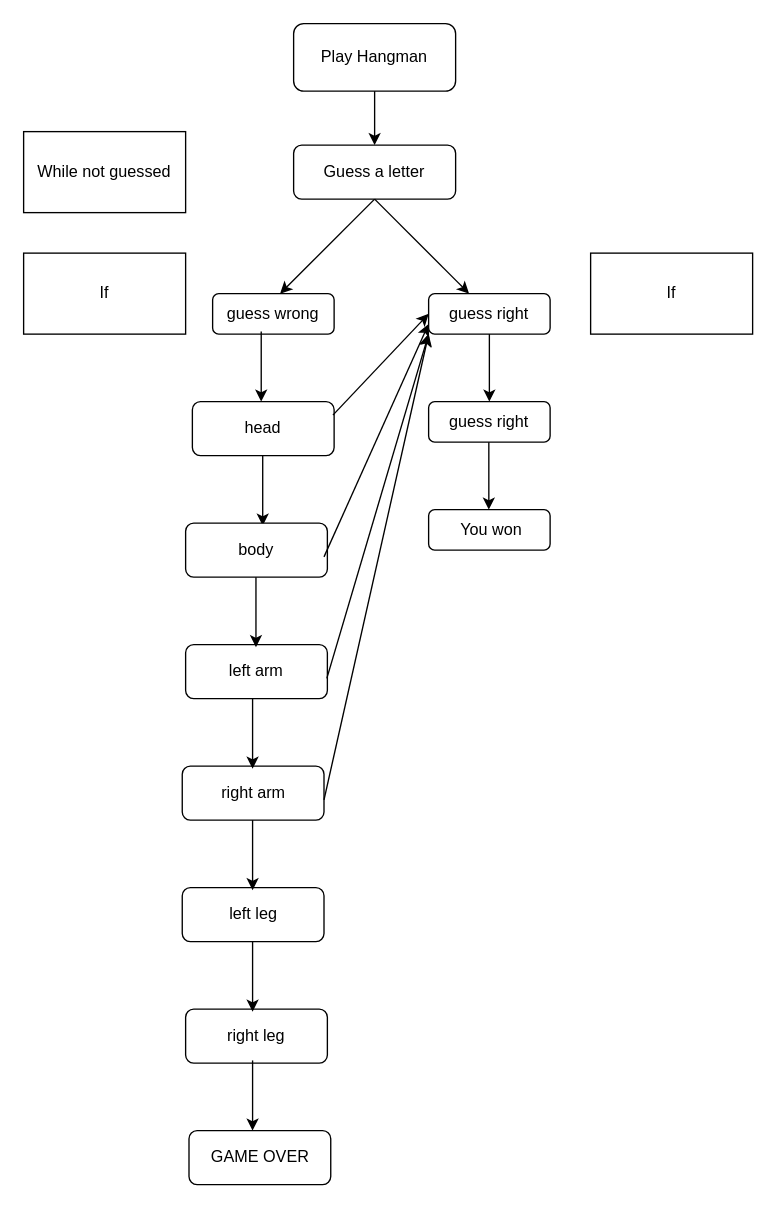
This is Hangman Logic.drawio from fcmdhyd/flowchart, a draw.io file, before an edit. Source tidied: cells renumbered, new cells numbered last; positions are measured from the earlier drawing's top-left corner, leaving out a move shared by most shapes. Both pictures are drawn from the tidied source at 135%, with x=0, y=0 at pixel (23, 23).
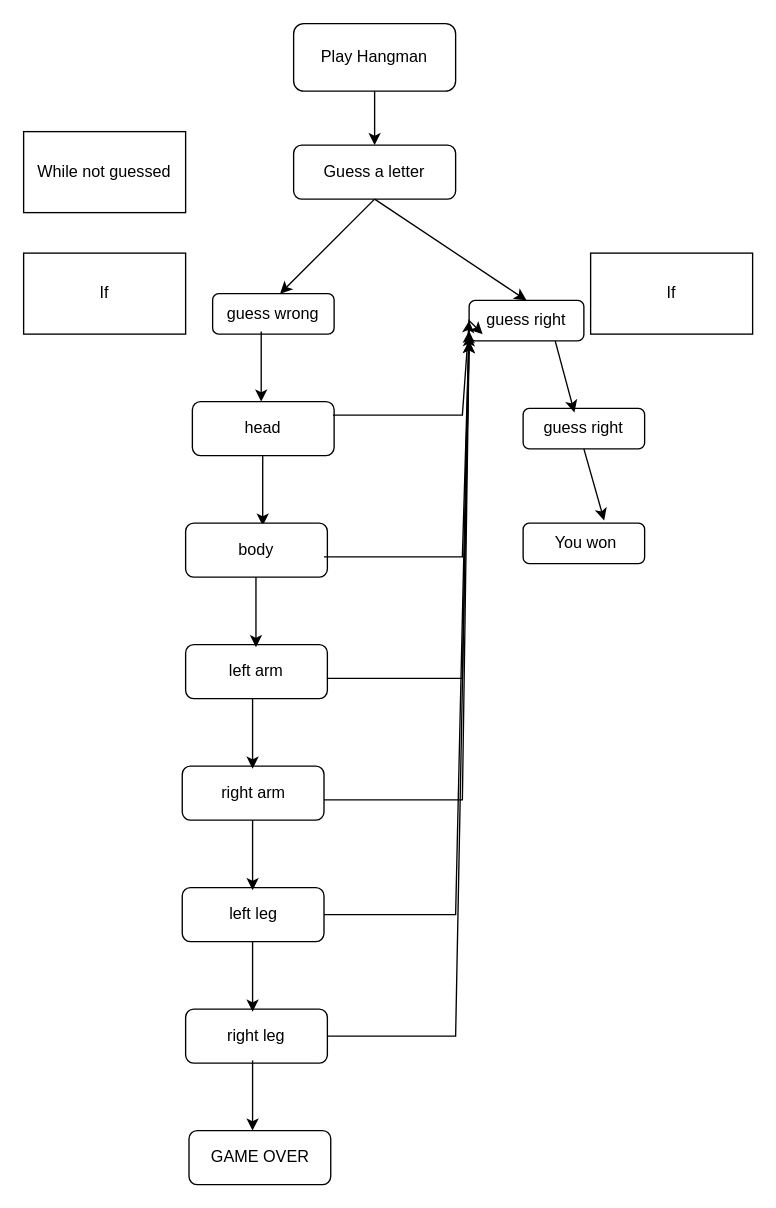
The same diagram, later.

Unchanged cells that the change refers to:
```xml
<mxCell id="4" value="Guess a letter" style="rounded=1;whiteSpace=wrap;html=1;" parent="1" vertex="1">
  <mxGeometry x="200" y="90" width="120" height="40" as="geometry" />
</mxCell>
<mxCell id="19" value="left leg" style="rounded=1;whiteSpace=wrap;html=1;" parent="1" vertex="1">
  <mxGeometry x="117.5" y="640" width="105" height="40" as="geometry" />
</mxCell>
<mxCell id="20" value="right leg" style="rounded=1;whiteSpace=wrap;html=1;" parent="1" vertex="1">
  <mxGeometry x="120" y="730" width="105" height="40" as="geometry" />
</mxCell>
```

Change to the diagram source:
```diff
@@
-    <mxCell id="6" style="endArrow=classic;html=1;rounded=0;exitX=0.5;exitY=1;exitDx=0;exitDy=0;" parent="1" edge="1" source="4">
-      <mxGeometry relative="1" as="geometry">
-        <mxPoint x="330" y="200" as="targetPoint" />
-        <Array as="points">
-          <mxPoint x="320" y="190" />
-        </Array>
-      </mxGeometry>
+    <mxCell id="6" style="endArrow=classic;html=1;rounded=0;exitX=0.5;exitY=1;exitDx=0;exitDy=0;entryX=0.5;entryY=0;entryDx=0;entryDy=0;" parent="1" edge="1" source="4" target="8">
+      <mxGeometry relative="1" as="geometry" />
     </mxCell>
@@
+    <mxCell id="34" style="edgeStyle=orthogonalEdgeStyle;rounded=0;jettySize=auto;html=1;" parent="1" edge="1" source="8">
+      <mxGeometry relative="1" as="geometry">
+        <mxPoint x="330" y="220" as="targetPoint" />
+        <Array as="points">
+          <mxPoint x="330" y="220" />
+          <mxPoint x="330" y="220" />
+        </Array>
+      </mxGeometry>
+    </mxCell>
     <mxCell id="8" value="guess right" style="rounded=1;whiteSpace=wrap;html=1;" parent="1" vertex="1">
-      <mxGeometry x="300" y="200" width="90" height="30" as="geometry" />
+      <mxGeometry x="330" y="205" width="85" height="30" as="geometry" />
     </mxCell>
@@
-    <mxCell id="13" style="endArrow=classic;html=1;rounded=0;exitX=0.5;exitY=1;exitDx=0;exitDy=0;" parent="1" edge="1" source="8">
-      <mxGeometry relative="1" as="geometry">
-        <mxPoint x="345" y="280" as="targetPoint" />
-      </mxGeometry>
-    </mxCell>
@@
     <mxCell id="27" style="endArrow=classic;html=1;rounded=0;exitX=0.4;exitY=0.933;exitDx=0;exitDy=0;exitPerimeter=0;entryX=0;entryY=0.5;entryDx=0;entryDy=0;" parent="1" edge="1" target="8">
       <mxGeometry relative="1" as="geometry">
         <mxPoint x="229.1" y="290" as="sourcePoint" />
+        <Array as="points">
+          <mxPoint x="325" y="290" />
+        </Array>
       </mxGeometry>
     </mxCell>
     <mxCell id="28" style="endArrow=classic;html=1;rounded=0;exitX=0.4;exitY=0.933;exitDx=0;exitDy=0;exitPerimeter=0;entryX=0;entryY=0.75;entryDx=0;entryDy=0;" parent="1" edge="1" target="8">
       <mxGeometry relative="1" as="geometry">
         <mxPoint x="222.5" y="395" as="sourcePoint" />
+        <Array as="points">
+          <mxPoint x="325" y="395" />
+        </Array>
       </mxGeometry>
     </mxCell>
     <mxCell id="29" style="endArrow=classic;html=1;rounded=0;exitX=0.4;exitY=0.933;exitDx=0;exitDy=0;exitPerimeter=0;entryX=0;entryY=1;entryDx=0;entryDy=0;" parent="1" edge="1" target="8">
       <mxGeometry relative="1" as="geometry">
         <mxPoint x="224.6" y="485" as="sourcePoint" />
+        <Array as="points">
+          <mxPoint x="325" y="485" />
+        </Array>
       </mxGeometry>
     </mxCell>
     <mxCell id="30" style="endArrow=classic;html=1;rounded=0;exitX=0.4;exitY=0.933;exitDx=0;exitDy=0;exitPerimeter=0;entryX=0;entryY=1;entryDx=0;entryDy=0;" parent="1" edge="1" target="8">
       <mxGeometry relative="1" as="geometry">
         <mxPoint x="222.5" y="575" as="sourcePoint" />
+        <Array as="points">
+          <mxPoint x="325" y="575" />
+        </Array>
       </mxGeometry>
     </mxCell>
     <mxCell id="31" value="guess right" style="rounded=1;whiteSpace=wrap;html=1;" parent="1" vertex="1">
-      <mxGeometry x="300" y="280" width="90" height="30" as="geometry" />
+      <mxGeometry x="370" y="285" width="90" height="30" as="geometry" />
     </mxCell>
-    <mxCell id="32" style="endArrow=classic;html=1;rounded=0;exitX=0.5;exitY=1;exitDx=0;exitDy=0;" parent="1" edge="1">
-      <mxGeometry relative="1" as="geometry">
-        <mxPoint x="344.6" y="310" as="sourcePoint" />
-        <mxPoint x="344.6" y="360" as="targetPoint" />
-      </mxGeometry>
-    </mxCell>
     <mxCell id="33" value="&amp;nbsp;You won" style="rounded=1;whiteSpace=wrap;html=1;" parent="1" vertex="1">
-      <mxGeometry x="300" y="360" width="90" height="30" as="geometry" />
+      <mxGeometry x="370" y="370" width="90" height="30" as="geometry" />
     </mxCell>
+    <mxCell id="35" style="endArrow=classic;html=1;rounded=0;exitX=1;exitY=0.5;exitDx=0;exitDy=0;" parent="1" edge="1" source="19">
+      <mxGeometry relative="1" as="geometry">
+        <mxPoint x="340" y="230" as="targetPoint" />
+        <Array as="points">
+          <mxPoint x="320" y="660" />
+          <mxPoint x="330" y="220" />
+        </Array>
+      </mxGeometry>
+    </mxCell>
+    <mxCell id="36" style="endArrow=classic;html=1;rounded=0;exitX=1;exitY=0.5;exitDx=0;exitDy=0;" parent="1" edge="1" source="20">
+      <mxGeometry relative="1" as="geometry">
+        <mxPoint x="330" y="230" as="targetPoint" />
+        <Array as="points">
+          <mxPoint x="320" y="750" />
+          <mxPoint x="330" y="230" />
+        </Array>
+      </mxGeometry>
+    </mxCell>
+    <mxCell id="37" style="endArrow=classic;html=1;rounded=0;exitX=0.75;exitY=1;exitDx=0;exitDy=0;entryX=0.422;entryY=0.1;entryDx=0;entryDy=0;entryPerimeter=0;" parent="1" edge="1" source="8" target="31">
+      <mxGeometry relative="1" as="geometry" />
+    </mxCell>
+    <mxCell id="38" style="endArrow=classic;html=1;rounded=0;exitX=0.5;exitY=1;exitDx=0;exitDy=0;entryX=0.667;entryY=-0.067;entryDx=0;entryDy=0;entryPerimeter=0;" parent="1" edge="1" source="31" target="33">
+      <mxGeometry relative="1" as="geometry" />
+    </mxCell>
```
